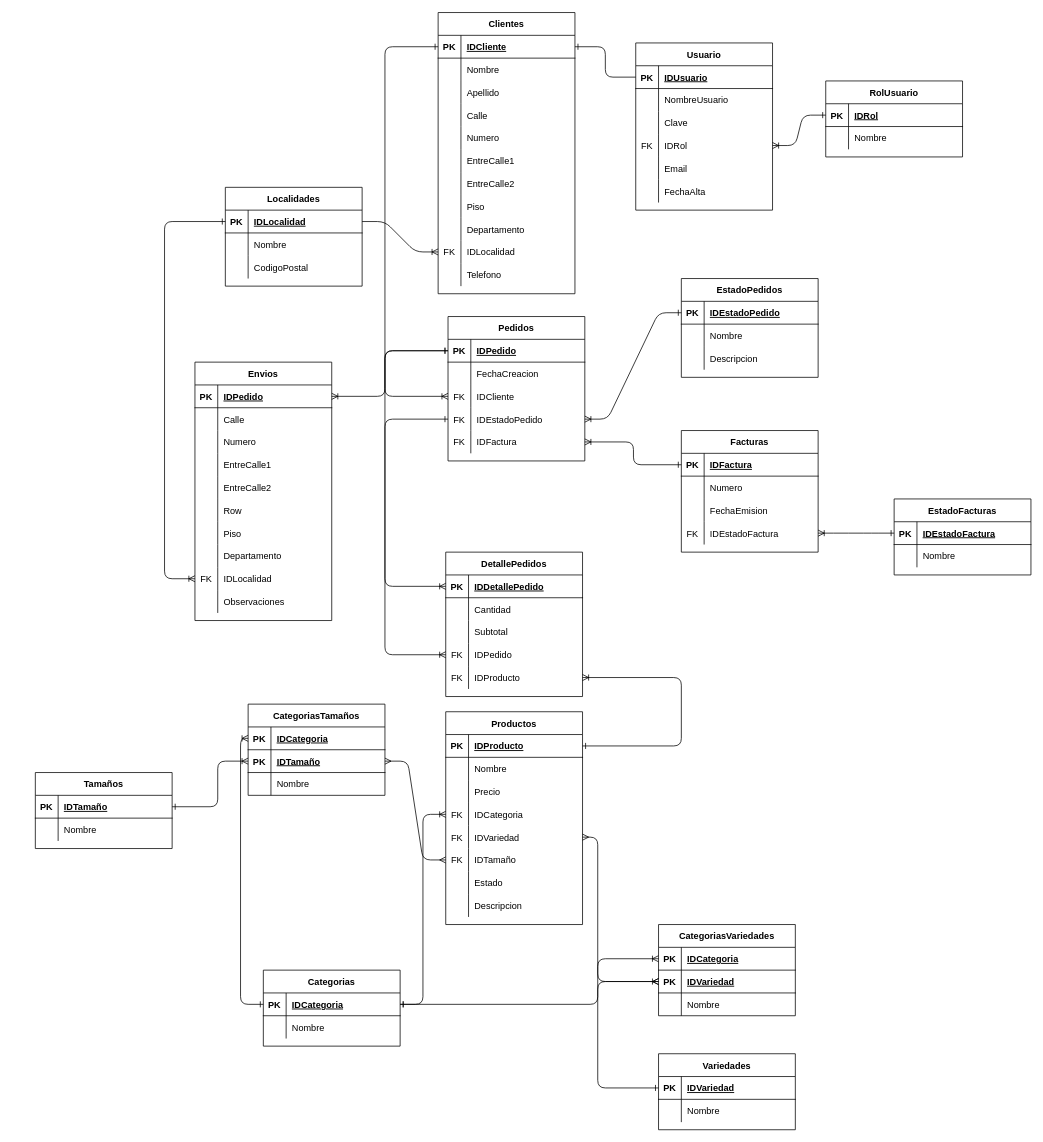
This is Delivery DER.drawio from RailGun15/laboratorio3-20202c, a draw.io file, before an edit. Source tidied: cells renumbered, new cells numbered last; positions are measured from the earlier drawing's top-left corner, leaving out a move shared by most shapes. Both pictures are drawn from the tidied source at 76%, with x=0, y=0 at pixel (35, 12).
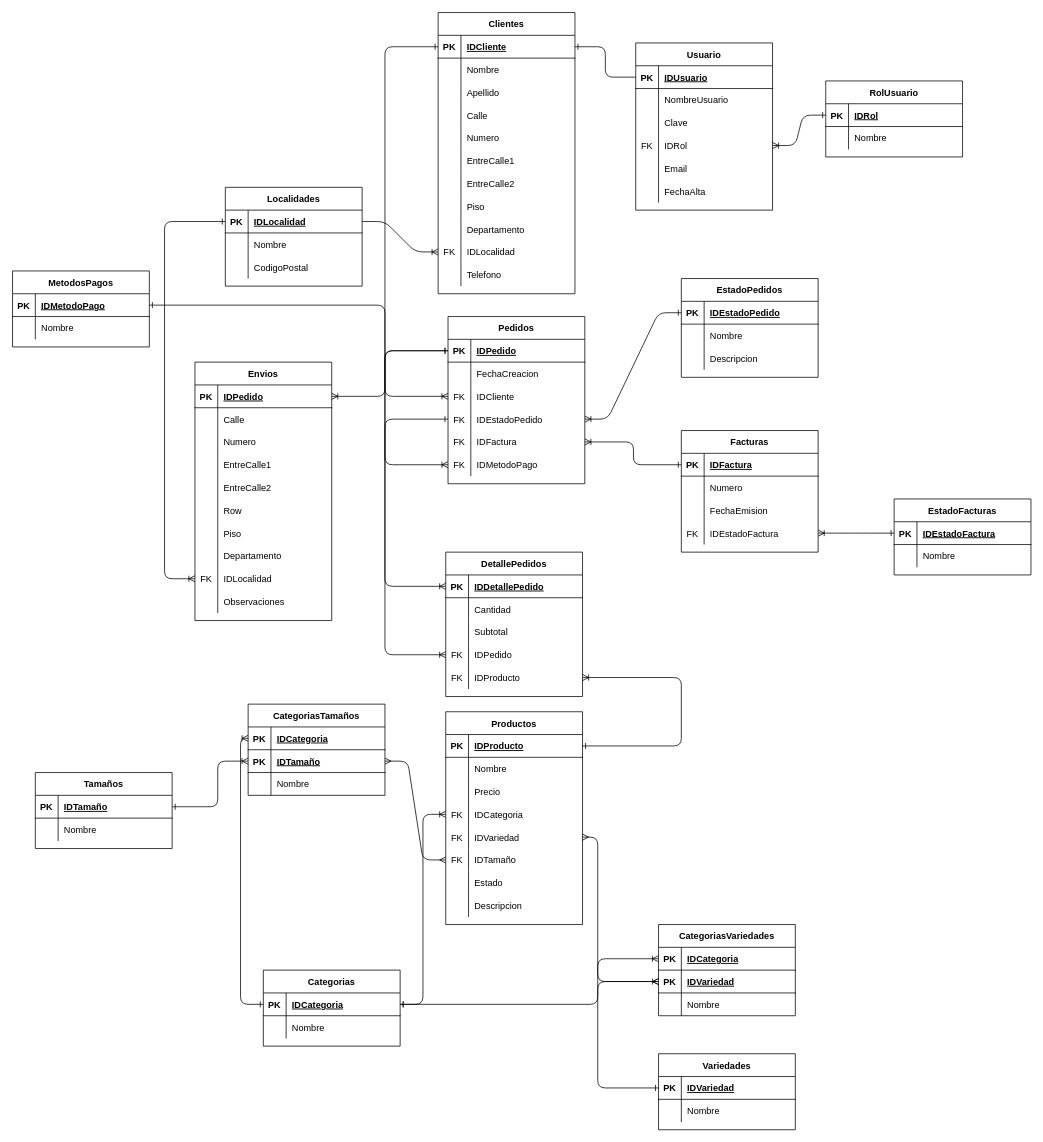
Above is the later version.

Diff of the diagram source:
```diff
@@
     <mxCell id="18" value="Pedidos" style="shape=table;startSize=30;childLayout=tableLayout;rowLines=0;fontStyle=1;align=center;" parent="1" vertex="1">
-      <mxGeometry x="543" y="400" width="180" height="190" as="geometry" />
+      <mxGeometry x="543" y="400" width="180" height="220" as="geometry" />
     </mxCell>
@@
+    <mxCell id="250" style="shape=partialRectangle;fillColor=none;top=0;left=0;bottom=0;right=0;points=[[0,0.5],[1,0.5]];portConstraint=eastwest;" parent="18" vertex="1">
+      <mxGeometry y="180" width="180" height="30" as="geometry" />
+    </mxCell>
+    <mxCell id="251" value="FK" style="shape=partialRectangle;fillColor=none;top=0;left=0;bottom=0;right=0;fontStyle=0;overflow=hidden;" parent="250" vertex="1">
+      <mxGeometry width="30" height="30" as="geometry" />
+    </mxCell>
+    <mxCell id="252" value="IDMetodoPago" style="shape=partialRectangle;fillColor=none;top=0;left=0;bottom=0;right=0;align=left;spacingLeft=6;fontStyle=0;overflow=hidden;" parent="250" vertex="1">
+      <mxGeometry x="30" width="150" height="30" as="geometry" />
+    </mxCell>
@@
+    <mxCell id="253" value="MetodosPagos" style="shape=table;startSize=30;childLayout=tableLayout;rowLines=0;fontStyle=1;align=center;" parent="1" vertex="1">
+      <mxGeometry x="-30" y="340" width="180" height="100" as="geometry" />
+    </mxCell>
+    <mxCell id="254" style="shape=partialRectangle;fillColor=none;top=0;left=0;bottom=1;right=0;points=[[0,0.5],[1,0.5]];portConstraint=eastwest;" parent="253" vertex="1">
+      <mxGeometry y="30" width="180" height="30" as="geometry" />
+    </mxCell>
+    <mxCell id="255" value="PK" style="shape=partialRectangle;fillColor=none;top=0;left=0;bottom=0;right=0;fontStyle=1;overflow=hidden;" parent="254" vertex="1">
+      <mxGeometry width="30" height="30" as="geometry" />
+    </mxCell>
+    <mxCell id="256" value="IDMetodoPago" style="shape=partialRectangle;fillColor=none;top=0;left=0;bottom=0;right=0;align=left;spacingLeft=6;fontStyle=5;overflow=hidden;" parent="254" vertex="1">
+      <mxGeometry x="30" width="150" height="30" as="geometry" />
+    </mxCell>
+    <mxCell id="257" style="shape=partialRectangle;fillColor=none;top=0;left=0;bottom=0;right=0;" parent="253" vertex="1">
+      <mxGeometry y="60" width="180" height="30" as="geometry" />
+    </mxCell>
+    <mxCell id="258" style="shape=partialRectangle;fillColor=none;top=0;left=0;bottom=0;right=0;overflow=hidden;" parent="257" vertex="1">
+      <mxGeometry width="30" height="30" as="geometry" />
+    </mxCell>
+    <mxCell id="259" value="Nombre" style="shape=partialRectangle;fillColor=none;top=0;left=0;bottom=0;right=0;align=left;spacingLeft=6;overflow=hidden;" parent="257" vertex="1">
+      <mxGeometry x="30" width="150" height="30" as="geometry" />
+    </mxCell>
+    <mxCell id="260" style="edgeStyle=elbowEdgeStyle;fontSize=12;html=1;endArrow=ERone;entryX=1;entryY=0.5;entryDx=0;entryDy=0;startArrow=ERoneToMany;startFill=0;endFill=0;exitX=0;exitY=0.5;exitDx=0;exitDy=0;" parent="1" edge="1" source="250" target="254">
+      <mxGeometry relative="1" as="geometry">
+        <Array as="points">
+          <mxPoint x="460" y="490" />
+        </Array>
+      </mxGeometry>
+    </mxCell>
```
